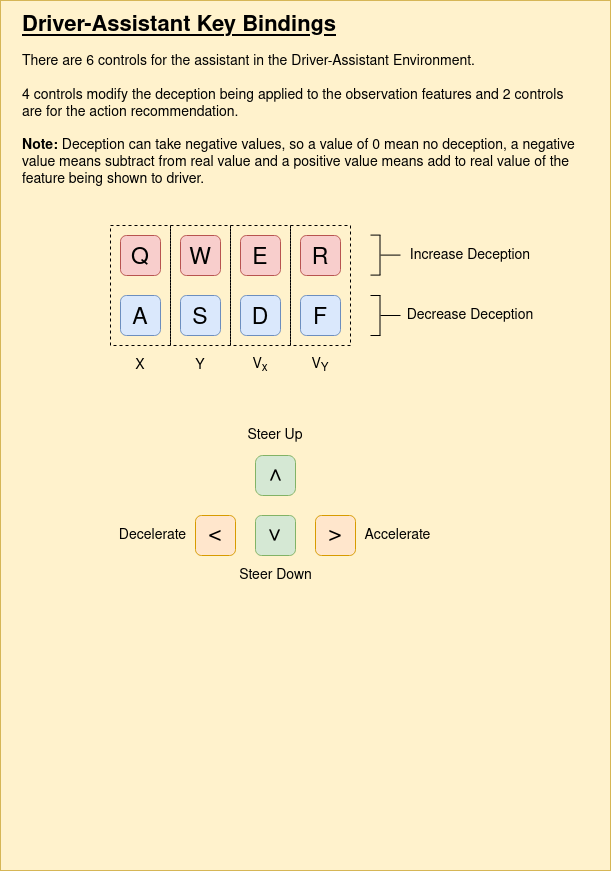
The draw.io diagram bdgym/envs/driver_assistant/resources/driver_assistant_key_bindings.png in RDLLab/benevolent-deception-gym, before a commit. Source tidied: cells renumbered, new cells last; positions are measured from the earlier drawing's top-left corner, leaving out a move shared by most shapes. Source of this version:
```xml
<mxGraphModel>
  <root>
    <mxCell id="0" />
    <mxCell id="1" parent="0" />
    <mxCell id="2" style="rounded=0;whiteSpace=wrap;html=1;strokeColor=#d6b656;fillColor=#fff2cc;fontSize=14;align=left;" parent="1" vertex="1">
      <mxGeometry width="610" height="870" as="geometry" />
    </mxCell>
    <mxCell id="3" value="Driver-Assistant Key Bindings" style="text;html=1;strokeColor=none;fillColor=none;align=left;verticalAlign=middle;whiteSpace=wrap;rounded=0;dashed=1;fontSize=22;fontStyle=5;" parent="1" vertex="1">
      <mxGeometry x="20" y="5" width="560" height="40" as="geometry" />
    </mxCell>
    <mxCell id="4" value="&lt;div&gt;There are 6 controls for the assistant in the Driver-Assistant Environment. &lt;br&gt;&lt;/div&gt;&lt;div&gt;&lt;br&gt;&lt;/div&gt;&lt;div&gt;4 controls modify the deception being applied to the observation features and 2 controls are for the action recommendation.&lt;br&gt;&lt;/div&gt;&lt;div&gt;&lt;br&gt;&lt;/div&gt;&lt;div&gt;&lt;b&gt;Note: &lt;/b&gt;Deception can take negative values, so a value of 0 mean no deception, a negative value means subtract from real value and a positive value means add to real value of the feature being shown to driver.&lt;br&gt;&lt;/div&gt;" style="text;html=1;strokeColor=none;fillColor=none;align=left;verticalAlign=middle;whiteSpace=wrap;rounded=0;dashed=1;fontSize=14;fontStyle=0;" parent="1" vertex="1">
      <mxGeometry x="20" y="45" width="560" height="150" as="geometry" />
    </mxCell>
    <mxCell id="5" value="Q" style="rounded=1;whiteSpace=wrap;html=1;fontSize=23;verticalAlign=bottom;fillColor=#f8cecc;strokeColor=#b85450;" parent="1" vertex="1">
      <mxGeometry x="120" y="235" width="40" height="40" as="geometry" />
    </mxCell>
    <mxCell id="6" value="W" style="rounded=1;whiteSpace=wrap;html=1;fontSize=23;verticalAlign=bottom;fillColor=#f8cecc;strokeColor=#b85450;" parent="1" vertex="1">
      <mxGeometry x="180" y="235" width="40" height="40" as="geometry" />
    </mxCell>
    <mxCell id="7" value="E" style="rounded=1;whiteSpace=wrap;html=1;fontSize=23;verticalAlign=bottom;fillColor=#f8cecc;strokeColor=#b85450;" parent="1" vertex="1">
      <mxGeometry x="240" y="235" width="40" height="40" as="geometry" />
    </mxCell>
    <mxCell id="8" value="R" style="rounded=1;whiteSpace=wrap;html=1;fontSize=23;verticalAlign=bottom;fillColor=#f8cecc;strokeColor=#b85450;" parent="1" vertex="1">
      <mxGeometry x="300" y="235" width="40" height="40" as="geometry" />
    </mxCell>
    <mxCell id="9" value="&amp;gt;" style="rounded=1;whiteSpace=wrap;html=1;fontSize=23;verticalAlign=middle;fillColor=#d5e8d4;strokeColor=#82b366;arcSize=18;rotation=-90;" parent="1" vertex="1">
      <mxGeometry x="255" y="455" width="40" height="40" as="geometry" />
    </mxCell>
    <mxCell id="10" value="&amp;lt;" style="rounded=1;whiteSpace=wrap;html=1;fontSize=23;verticalAlign=middle;fillColor=#ffe6cc;strokeColor=#d79b00;" parent="1" vertex="1">
      <mxGeometry x="195" y="515" width="40" height="40" as="geometry" />
    </mxCell>
    <mxCell id="11" value="&amp;gt;" style="rounded=1;whiteSpace=wrap;html=1;fontSize=23;verticalAlign=middle;fillColor=#d5e8d4;strokeColor=#82b366;rotation=90;" parent="1" vertex="1">
      <mxGeometry x="255" y="515" width="40" height="40" as="geometry" />
    </mxCell>
    <mxCell id="12" value="&amp;gt;" style="rounded=1;whiteSpace=wrap;html=1;fontSize=23;verticalAlign=middle;fillColor=#ffe6cc;strokeColor=#d79b00;" parent="1" vertex="1">
      <mxGeometry x="315" y="515" width="40" height="40" as="geometry" />
    </mxCell>
    <mxCell id="13" value="A" style="rounded=1;whiteSpace=wrap;html=1;fontSize=23;verticalAlign=bottom;fillColor=#dae8fc;strokeColor=#6c8ebf;" parent="1" vertex="1">
      <mxGeometry x="120" y="295" width="40" height="40" as="geometry" />
    </mxCell>
    <mxCell id="14" value="S" style="rounded=1;whiteSpace=wrap;html=1;fontSize=23;verticalAlign=bottom;fillColor=#dae8fc;strokeColor=#6c8ebf;" parent="1" vertex="1">
      <mxGeometry x="180" y="295" width="40" height="40" as="geometry" />
    </mxCell>
    <mxCell id="15" value="D" style="rounded=1;whiteSpace=wrap;html=1;fontSize=23;verticalAlign=bottom;fillColor=#dae8fc;strokeColor=#6c8ebf;" parent="1" vertex="1">
      <mxGeometry x="240" y="295" width="40" height="40" as="geometry" />
    </mxCell>
    <mxCell id="16" value="F" style="rounded=1;whiteSpace=wrap;html=1;fontSize=23;verticalAlign=bottom;fillColor=#dae8fc;strokeColor=#6c8ebf;" parent="1" vertex="1">
      <mxGeometry x="300" y="295" width="40" height="40" as="geometry" />
    </mxCell>
    <mxCell id="17" style="rounded=0;whiteSpace=wrap;html=1;fontSize=14;align=left;fillColor=none;dashed=1;" parent="1" vertex="1">
      <mxGeometry x="110" y="225" width="60" height="120" as="geometry" />
    </mxCell>
    <mxCell id="18" style="rounded=0;whiteSpace=wrap;html=1;fontSize=14;align=left;fillColor=none;dashed=1;" parent="1" vertex="1">
      <mxGeometry x="170" y="225" width="60" height="120" as="geometry" />
    </mxCell>
    <mxCell id="19" style="rounded=0;whiteSpace=wrap;html=1;fontSize=14;align=left;fillColor=none;dashed=1;" parent="1" vertex="1">
      <mxGeometry x="230" y="225" width="60" height="120" as="geometry" />
    </mxCell>
    <mxCell id="20" style="rounded=0;whiteSpace=wrap;html=1;fontSize=14;align=left;fillColor=none;dashed=1;" parent="1" vertex="1">
      <mxGeometry x="290" y="225" width="60" height="120" as="geometry" />
    </mxCell>
    <mxCell id="21" value="Steer Up" style="rounded=0;whiteSpace=wrap;html=1;fontSize=14;align=center;dashed=1;strokeColor=none;fillColor=none;" parent="1" vertex="1">
      <mxGeometry x="240" y="415" width="70" height="40" as="geometry" />
    </mxCell>
    <mxCell id="22" value="Steer Down" style="rounded=0;whiteSpace=wrap;html=1;fontSize=14;align=center;dashed=1;strokeColor=none;fillColor=none;verticalAlign=middle;" parent="1" vertex="1">
      <mxGeometry x="232.5" y="555" width="85" height="40" as="geometry" />
    </mxCell>
    <mxCell id="23" value="Accelerate" style="rounded=0;whiteSpace=wrap;html=1;fontSize=14;align=center;dashed=1;strokeColor=none;fillColor=none;verticalAlign=middle;" parent="1" vertex="1">
      <mxGeometry x="355" y="515" width="85" height="40" as="geometry" />
    </mxCell>
    <mxCell id="24" value="Decelerate" style="rounded=0;whiteSpace=wrap;html=1;fontSize=14;align=center;dashed=1;strokeColor=none;fillColor=none;verticalAlign=middle;" parent="1" vertex="1">
      <mxGeometry x="110" y="515" width="85" height="40" as="geometry" />
    </mxCell>
    <mxCell id="25" style="endArrow=none;html=1;fontSize=16;endFill=0;" parent="1" edge="1">
      <mxGeometry relative="1" as="geometry">
        <mxPoint x="400" y="315" as="sourcePoint" />
        <mxPoint x="380" y="315" as="targetPoint" />
      </mxGeometry>
    </mxCell>
    <mxCell id="26" style="endArrow=none;html=1;fontSize=16;" parent="1" edge="1">
      <mxGeometry relative="1" as="geometry">
        <mxPoint x="379.5" y="295" as="sourcePoint" />
        <mxPoint x="379.5" y="335" as="targetPoint" />
      </mxGeometry>
    </mxCell>
    <mxCell id="27" style="endArrow=none;html=1;fontSize=16;" parent="1" edge="1">
      <mxGeometry relative="1" as="geometry">
        <mxPoint x="370" y="335" as="sourcePoint" />
        <mxPoint x="380" y="335" as="targetPoint" />
      </mxGeometry>
    </mxCell>
    <mxCell id="28" style="endArrow=none;html=1;fontSize=16;" parent="1" edge="1">
      <mxGeometry relative="1" as="geometry">
        <mxPoint x="370" y="295" as="sourcePoint" />
        <mxPoint x="380" y="295" as="targetPoint" />
      </mxGeometry>
    </mxCell>
    <mxCell id="29" style="endArrow=none;html=1;fontSize=16;endFill=0;" parent="1" edge="1">
      <mxGeometry relative="1" as="geometry">
        <mxPoint x="400" y="254.6" as="sourcePoint" />
        <mxPoint x="380" y="254.6" as="targetPoint" />
      </mxGeometry>
    </mxCell>
    <mxCell id="30" style="endArrow=none;html=1;fontSize=16;" parent="1" edge="1">
      <mxGeometry relative="1" as="geometry">
        <mxPoint x="379.5" y="234.6" as="sourcePoint" />
        <mxPoint x="379.5" y="274.6" as="targetPoint" />
      </mxGeometry>
    </mxCell>
    <mxCell id="31" style="endArrow=none;html=1;fontSize=16;" parent="1" edge="1">
      <mxGeometry relative="1" as="geometry">
        <mxPoint x="370" y="274.6" as="sourcePoint" />
        <mxPoint x="380" y="274.6" as="targetPoint" />
      </mxGeometry>
    </mxCell>
    <mxCell id="32" style="endArrow=none;html=1;fontSize=16;" parent="1" edge="1">
      <mxGeometry relative="1" as="geometry">
        <mxPoint x="370" y="234.6" as="sourcePoint" />
        <mxPoint x="380" y="234.6" as="targetPoint" />
      </mxGeometry>
    </mxCell>
    <mxCell id="33" value="Increase Deception" style="rounded=0;whiteSpace=wrap;html=1;fontSize=14;align=center;dashed=1;strokeColor=none;fillColor=none;verticalAlign=middle;" parent="1" vertex="1">
      <mxGeometry x="400" y="235" width="140" height="40" as="geometry" />
    </mxCell>
    <mxCell id="34" value="Decrease Deception" style="rounded=0;whiteSpace=wrap;html=1;fontSize=14;align=center;dashed=1;strokeColor=none;fillColor=none;verticalAlign=middle;" parent="1" vertex="1">
      <mxGeometry x="400" y="295" width="140" height="40" as="geometry" />
    </mxCell>
    <mxCell id="35" value="X" style="rounded=0;whiteSpace=wrap;html=1;fontSize=14;align=center;dashed=1;strokeColor=none;fillColor=none;verticalAlign=middle;" parent="1" vertex="1">
      <mxGeometry x="110" y="345" width="60" height="40" as="geometry" />
    </mxCell>
    <mxCell id="36" value="Y" style="rounded=0;whiteSpace=wrap;html=1;fontSize=14;align=center;dashed=1;strokeColor=none;fillColor=none;verticalAlign=middle;" parent="1" vertex="1">
      <mxGeometry x="170" y="345" width="60" height="40" as="geometry" />
    </mxCell>
    <mxCell id="37" value="V&lt;sub&gt;x&lt;/sub&gt;" style="rounded=0;whiteSpace=wrap;html=1;fontSize=14;align=center;dashed=1;strokeColor=none;fillColor=none;verticalAlign=middle;" parent="1" vertex="1">
      <mxGeometry x="230" y="345" width="60" height="40" as="geometry" />
    </mxCell>
    <mxCell id="38" value="V&lt;sub&gt;Y&lt;/sub&gt;" style="rounded=0;whiteSpace=wrap;html=1;fontSize=14;align=center;dashed=1;strokeColor=none;fillColor=none;verticalAlign=middle;" parent="1" vertex="1">
      <mxGeometry x="290" y="345" width="60" height="40" as="geometry" />
    </mxCell>
  </root>
</mxGraphModel>
```
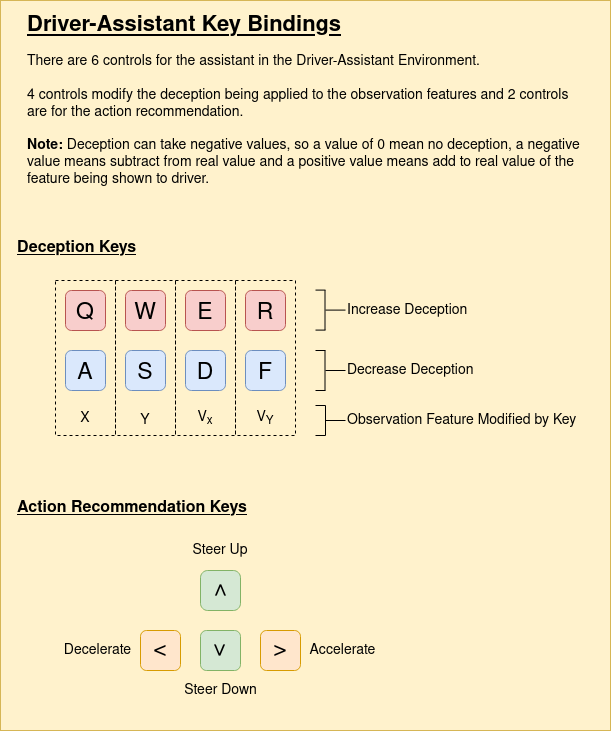
Above is the later version.

What changed in the source:
```diff
@@ -3,13 +3,13 @@
     <mxCell id="0" />
     <mxCell id="1" parent="0" />
     <mxCell id="2" style="rounded=0;whiteSpace=wrap;html=1;strokeColor=#d6b656;fillColor=#fff2cc;fontSize=14;align=left;" parent="1" vertex="1">
-      <mxGeometry width="610" height="870" as="geometry" />
+      <mxGeometry x="55" y="-55" width="610" height="730" as="geometry" />
     </mxCell>
     <mxCell id="3" value="Driver-Assistant Key Bindings" style="text;html=1;strokeColor=none;fillColor=none;align=left;verticalAlign=middle;whiteSpace=wrap;rounded=0;dashed=1;fontSize=22;fontStyle=5;" parent="1" vertex="1">
-      <mxGeometry x="20" y="5" width="560" height="40" as="geometry" />
+      <mxGeometry x="80" y="-50" width="560" height="40" as="geometry" />
     </mxCell>
     <mxCell id="4" value="&lt;div&gt;There are 6 controls for the assistant in the Driver-Assistant Environment. &lt;br&gt;&lt;/div&gt;&lt;div&gt;&lt;br&gt;&lt;/div&gt;&lt;div&gt;4 controls modify the deception being applied to the observation features and 2 controls are for the action recommendation.&lt;br&gt;&lt;/div&gt;&lt;div&gt;&lt;br&gt;&lt;/div&gt;&lt;div&gt;&lt;b&gt;Note: &lt;/b&gt;Deception can take negative values, so a value of 0 mean no deception, a negative value means subtract from real value and a positive value means add to real value of the feature being shown to driver.&lt;br&gt;&lt;/div&gt;" style="text;html=1;strokeColor=none;fillColor=none;align=left;verticalAlign=middle;whiteSpace=wrap;rounded=0;dashed=1;fontSize=14;fontStyle=0;" parent="1" vertex="1">
-      <mxGeometry x="20" y="45" width="560" height="150" as="geometry" />
+      <mxGeometry x="80" y="-10" width="560" height="150" as="geometry" />
     </mxCell>
     <mxCell id="5" value="Q" style="rounded=1;whiteSpace=wrap;html=1;fontSize=23;verticalAlign=bottom;fillColor=#f8cecc;strokeColor=#b85450;" parent="1" vertex="1">
       <mxGeometry x="120" y="235" width="40" height="40" as="geometry" />
@@ -24,16 +24,16 @@
       <mxGeometry x="300" y="235" width="40" height="40" as="geometry" />
     </mxCell>
     <mxCell id="9" value="&amp;gt;" style="rounded=1;whiteSpace=wrap;html=1;fontSize=23;verticalAlign=middle;fillColor=#d5e8d4;strokeColor=#82b366;arcSize=18;rotation=-90;" parent="1" vertex="1">
-      <mxGeometry x="255" y="455" width="40" height="40" as="geometry" />
+      <mxGeometry x="255" y="515" width="40" height="40" as="geometry" />
     </mxCell>
     <mxCell id="10" value="&amp;lt;" style="rounded=1;whiteSpace=wrap;html=1;fontSize=23;verticalAlign=middle;fillColor=#ffe6cc;strokeColor=#d79b00;" parent="1" vertex="1">
-      <mxGeometry x="195" y="515" width="40" height="40" as="geometry" />
+      <mxGeometry x="195" y="575" width="40" height="40" as="geometry" />
     </mxCell>
     <mxCell id="11" value="&amp;gt;" style="rounded=1;whiteSpace=wrap;html=1;fontSize=23;verticalAlign=middle;fillColor=#d5e8d4;strokeColor=#82b366;rotation=90;" parent="1" vertex="1">
-      <mxGeometry x="255" y="515" width="40" height="40" as="geometry" />
+      <mxGeometry x="255" y="575" width="40" height="40" as="geometry" />
     </mxCell>
     <mxCell id="12" value="&amp;gt;" style="rounded=1;whiteSpace=wrap;html=1;fontSize=23;verticalAlign=middle;fillColor=#ffe6cc;strokeColor=#d79b00;" parent="1" vertex="1">
-      <mxGeometry x="315" y="515" width="40" height="40" as="geometry" />
+      <mxGeometry x="315" y="575" width="40" height="40" as="geometry" />
     </mxCell>
     <mxCell id="13" value="A" style="rounded=1;whiteSpace=wrap;html=1;fontSize=23;verticalAlign=bottom;fillColor=#dae8fc;strokeColor=#6c8ebf;" parent="1" vertex="1">
       <mxGeometry x="120" y="295" width="40" height="40" as="geometry" />
@@ -48,28 +48,28 @@
       <mxGeometry x="300" y="295" width="40" height="40" as="geometry" />
     </mxCell>
     <mxCell id="17" style="rounded=0;whiteSpace=wrap;html=1;fontSize=14;align=left;fillColor=none;dashed=1;" parent="1" vertex="1">
-      <mxGeometry x="110" y="225" width="60" height="120" as="geometry" />
+      <mxGeometry x="110" y="225" width="60" height="155" as="geometry" />
     </mxCell>
     <mxCell id="18" style="rounded=0;whiteSpace=wrap;html=1;fontSize=14;align=left;fillColor=none;dashed=1;" parent="1" vertex="1">
-      <mxGeometry x="170" y="225" width="60" height="120" as="geometry" />
+      <mxGeometry x="170" y="225" width="60" height="155" as="geometry" />
     </mxCell>
     <mxCell id="19" style="rounded=0;whiteSpace=wrap;html=1;fontSize=14;align=left;fillColor=none;dashed=1;" parent="1" vertex="1">
-      <mxGeometry x="230" y="225" width="60" height="120" as="geometry" />
+      <mxGeometry x="230" y="225" width="60" height="155" as="geometry" />
     </mxCell>
     <mxCell id="20" style="rounded=0;whiteSpace=wrap;html=1;fontSize=14;align=left;fillColor=none;dashed=1;" parent="1" vertex="1">
-      <mxGeometry x="290" y="225" width="60" height="120" as="geometry" />
+      <mxGeometry x="290" y="225" width="60" height="155" as="geometry" />
     </mxCell>
     <mxCell id="21" value="Steer Up" style="rounded=0;whiteSpace=wrap;html=1;fontSize=14;align=center;dashed=1;strokeColor=none;fillColor=none;" parent="1" vertex="1">
-      <mxGeometry x="240" y="415" width="70" height="40" as="geometry" />
+      <mxGeometry x="240" y="475" width="70" height="40" as="geometry" />
     </mxCell>
     <mxCell id="22" value="Steer Down" style="rounded=0;whiteSpace=wrap;html=1;fontSize=14;align=center;dashed=1;strokeColor=none;fillColor=none;verticalAlign=middle;" parent="1" vertex="1">
-      <mxGeometry x="232.5" y="555" width="85" height="40" as="geometry" />
+      <mxGeometry x="232.5" y="615" width="85" height="40" as="geometry" />
     </mxCell>
     <mxCell id="23" value="Accelerate" style="rounded=0;whiteSpace=wrap;html=1;fontSize=14;align=center;dashed=1;strokeColor=none;fillColor=none;verticalAlign=middle;" parent="1" vertex="1">
-      <mxGeometry x="355" y="515" width="85" height="40" as="geometry" />
+      <mxGeometry x="355" y="575" width="85" height="40" as="geometry" />
     </mxCell>
     <mxCell id="24" value="Decelerate" style="rounded=0;whiteSpace=wrap;html=1;fontSize=14;align=center;dashed=1;strokeColor=none;fillColor=none;verticalAlign=middle;" parent="1" vertex="1">
-      <mxGeometry x="110" y="515" width="85" height="40" as="geometry" />
+      <mxGeometry x="110" y="575" width="85" height="40" as="geometry" />
     </mxCell>
     <mxCell id="25" style="endArrow=none;html=1;fontSize=16;endFill=0;" parent="1" edge="1">
       <mxGeometry relative="1" as="geometry">
@@ -119,23 +119,56 @@
         <mxPoint x="380" y="234.6" as="targetPoint" />
       </mxGeometry>
     </mxCell>
-    <mxCell id="33" value="Increase Deception" style="rounded=0;whiteSpace=wrap;html=1;fontSize=14;align=center;dashed=1;strokeColor=none;fillColor=none;verticalAlign=middle;" parent="1" vertex="1">
+    <mxCell id="33" value="Increase Deception" style="rounded=0;whiteSpace=wrap;html=1;fontSize=14;align=left;dashed=1;strokeColor=none;fillColor=none;verticalAlign=middle;" parent="1" vertex="1">
       <mxGeometry x="400" y="235" width="140" height="40" as="geometry" />
     </mxCell>
-    <mxCell id="34" value="Decrease Deception" style="rounded=0;whiteSpace=wrap;html=1;fontSize=14;align=center;dashed=1;strokeColor=none;fillColor=none;verticalAlign=middle;" parent="1" vertex="1">
+    <mxCell id="34" value="Decrease Deception" style="rounded=0;whiteSpace=wrap;html=1;fontSize=14;align=left;dashed=1;strokeColor=none;fillColor=none;verticalAlign=middle;" parent="1" vertex="1">
       <mxGeometry x="400" y="295" width="140" height="40" as="geometry" />
     </mxCell>
-    <mxCell id="35" value="X" style="rounded=0;whiteSpace=wrap;html=1;fontSize=14;align=center;dashed=1;strokeColor=none;fillColor=none;verticalAlign=middle;" parent="1" vertex="1">
-      <mxGeometry x="110" y="345" width="60" height="40" as="geometry" />
+    <mxCell id="35" value="X" style="rounded=0;whiteSpace=wrap;html=1;fontSize=14;align=center;dashed=1;fillColor=none;verticalAlign=middle;strokeColor=none;" parent="1" vertex="1">
+      <mxGeometry x="110" y="345" width="60" height="35" as="geometry" />
     </mxCell>
-    <mxCell id="36" value="Y" style="rounded=0;whiteSpace=wrap;html=1;fontSize=14;align=center;dashed=1;strokeColor=none;fillColor=none;verticalAlign=middle;" parent="1" vertex="1">
-      <mxGeometry x="170" y="345" width="60" height="40" as="geometry" />
+    <mxCell id="36" value="Y" style="rounded=0;whiteSpace=wrap;html=1;fontSize=14;align=center;dashed=1;fillColor=none;verticalAlign=middle;strokeColor=none;" parent="1" vertex="1">
+      <mxGeometry x="170" y="350" width="60" height="30" as="geometry" />
     </mxCell>
-    <mxCell id="37" value="V&lt;sub&gt;x&lt;/sub&gt;" style="rounded=0;whiteSpace=wrap;html=1;fontSize=14;align=center;dashed=1;strokeColor=none;fillColor=none;verticalAlign=middle;" parent="1" vertex="1">
-      <mxGeometry x="230" y="345" width="60" height="40" as="geometry" />
+    <mxCell id="37" value="V&lt;sub&gt;x&lt;/sub&gt;" style="rounded=0;whiteSpace=wrap;html=1;fontSize=14;align=center;dashed=1;fillColor=none;verticalAlign=middle;strokeColor=none;" parent="1" vertex="1">
+      <mxGeometry x="230" y="345" width="60" height="35" as="geometry" />
     </mxCell>
-    <mxCell id="38" value="V&lt;sub&gt;Y&lt;/sub&gt;" style="rounded=0;whiteSpace=wrap;html=1;fontSize=14;align=center;dashed=1;strokeColor=none;fillColor=none;verticalAlign=middle;" parent="1" vertex="1">
-      <mxGeometry x="290" y="345" width="60" height="40" as="geometry" />
+    <mxCell id="38" value="V&lt;sub&gt;Y&lt;/sub&gt;" style="rounded=0;whiteSpace=wrap;html=1;fontSize=14;align=center;dashed=1;fillColor=none;verticalAlign=middle;strokeColor=none;" parent="1" vertex="1">
+      <mxGeometry x="290" y="345" width="60" height="35" as="geometry" />
     </mxCell>
+    <mxCell id="39" value="Observation Feature Modified by Key" style="rounded=0;whiteSpace=wrap;html=1;fontSize=14;align=left;dashed=1;strokeColor=none;fillColor=none;verticalAlign=middle;" parent="1" vertex="1">
+      <mxGeometry x="400" y="350" width="240" height="30" as="geometry" />
+    </mxCell>
+    <mxCell id="40" style="endArrow=none;html=1;fontSize=16;endFill=0;" parent="1" edge="1">
+      <mxGeometry relative="1" as="geometry">
+        <mxPoint x="400" y="365" as="sourcePoint" />
+        <mxPoint x="380" y="365" as="targetPoint" />
+      </mxGeometry>
+    </mxCell>
+    <mxCell id="41" style="endArrow=none;html=1;fontSize=16;" parent="1" edge="1">
+      <mxGeometry relative="1" as="geometry">
+        <mxPoint x="380" y="350" as="sourcePoint" />
+        <mxPoint x="380" y="380" as="targetPoint" />
+      </mxGeometry>
+    </mxCell>
+    <mxCell id="42" style="endArrow=none;html=1;fontSize=16;" parent="1" edge="1">
+      <mxGeometry relative="1" as="geometry">
+        <mxPoint x="370" y="380" as="sourcePoint" />
+        <mxPoint x="380" y="380" as="targetPoint" />
+      </mxGeometry>
+    </mxCell>
+    <mxCell id="43" style="endArrow=none;html=1;fontSize=16;" parent="1" edge="1">
+      <mxGeometry relative="1" as="geometry">
+        <mxPoint x="370" y="350" as="sourcePoint" />
+        <mxPoint x="380" y="350" as="targetPoint" />
+      </mxGeometry>
+    </mxCell>
+    <mxCell id="44" value="Action Recommendation Keys" style="text;html=1;strokeColor=none;fillColor=none;align=left;verticalAlign=bottom;whiteSpace=wrap;rounded=0;fontSize=16;fontStyle=5;" parent="1" vertex="1">
+      <mxGeometry x="70" y="425" width="280" height="40" as="geometry" />
+    </mxCell>
+    <mxCell id="45" value="Deception Keys" style="text;html=1;strokeColor=none;fillColor=none;align=left;verticalAlign=bottom;whiteSpace=wrap;rounded=0;fontSize=16;fontStyle=5;" parent="1" vertex="1">
+      <mxGeometry x="70" y="165" width="280" height="40" as="geometry" />
+    </mxCell>
   </root>
 </mxGraphModel>
```
